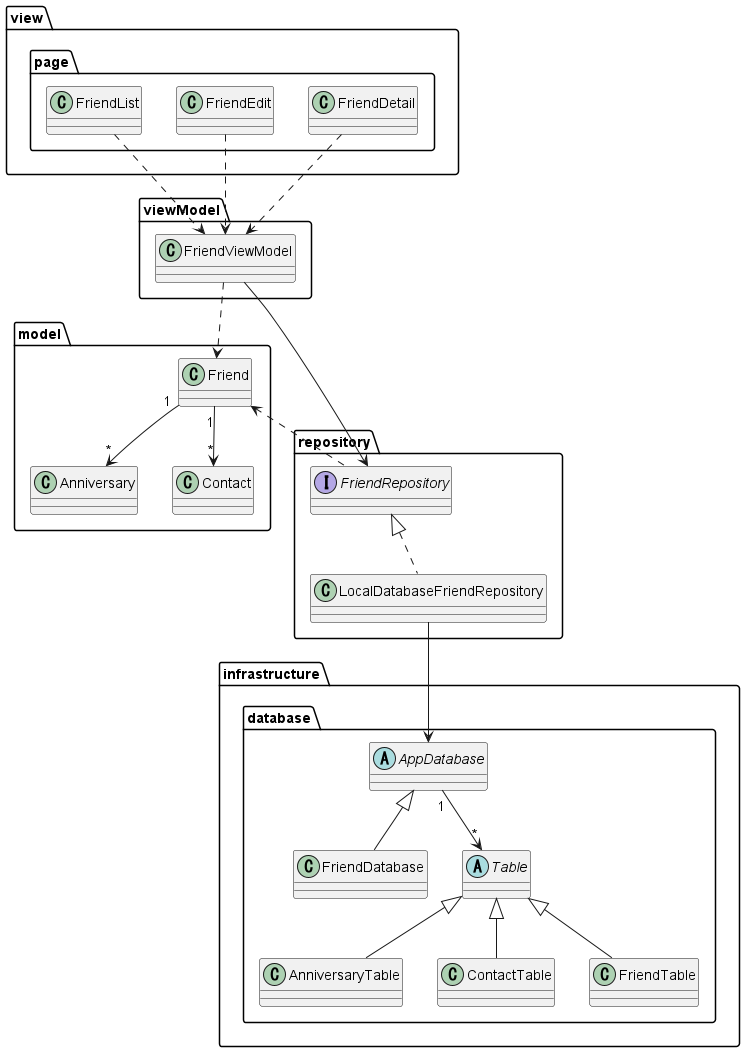
Above: uml/class_diagram/class_diagram.png in nmskm240/friend_list (PlantUML), before the change.
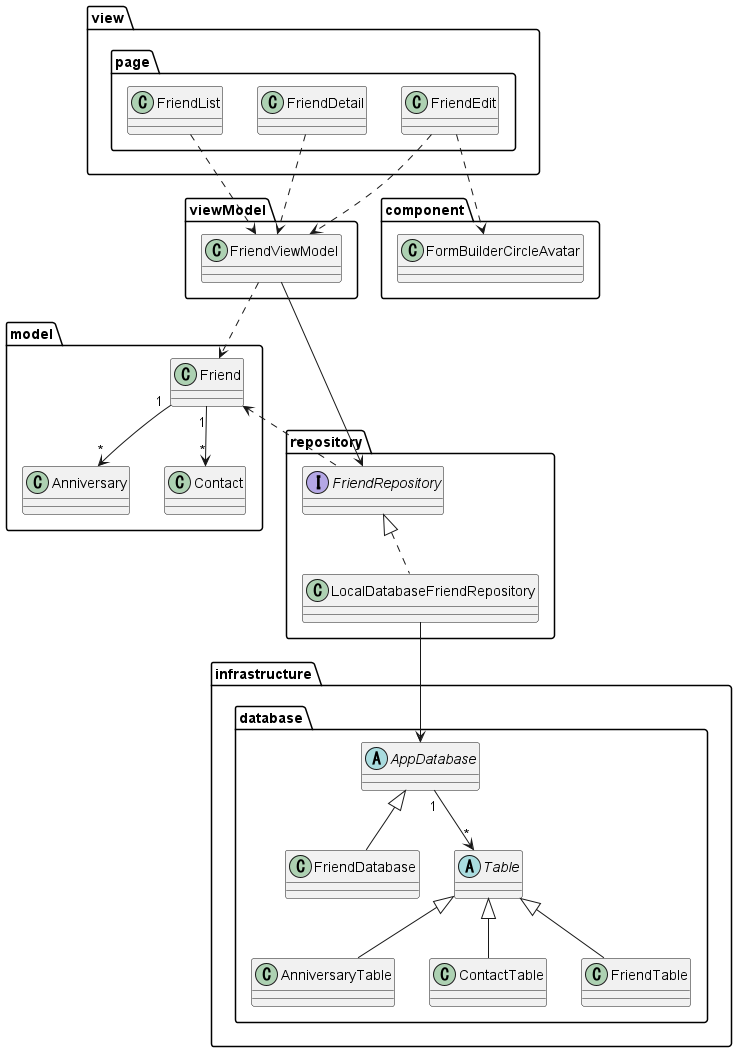
After the commit.

Change to the diagram source:
```diff
@@ -6,6 +6,10 @@
         class FriendEdit
         class FriendList
     }
+}
+
+package component {
+    class FormBuilderCircleAvatar
 }
 
 package viewModel {
@@ -38,6 +42,8 @@
 FriendEdit ..> FriendViewModel
 FriendList ..> FriendViewModel
 
+FriendEdit ..> FormBuilderCircleAvatar
+
 FriendViewModel ..> Friend
 FriendViewModel --> FriendRepository
 
```
